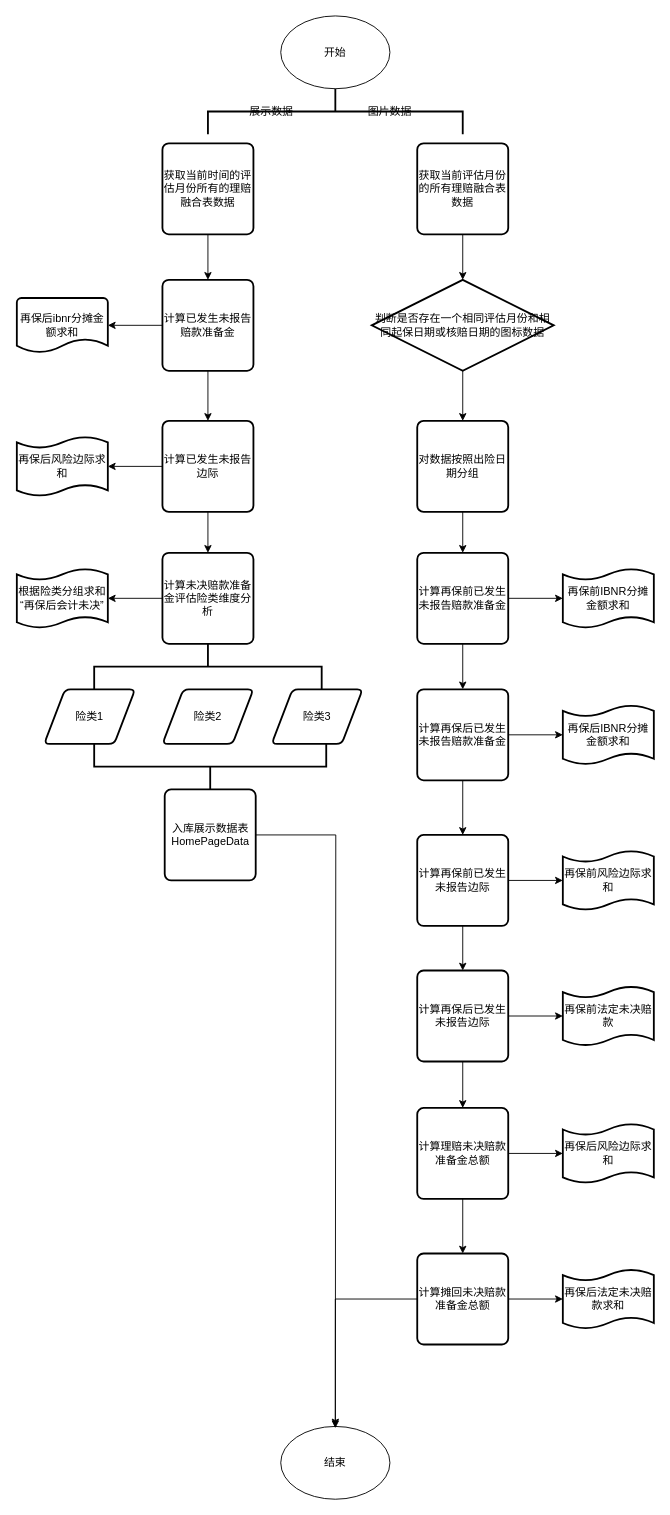
Before: 未命名绘图.drawio in zp17762835004/e-commerce, a draw.io diagram. Source tidied: cells renumbered, new cells numbered last; positions are measured from the earlier drawing's top-left corner, leaving out a move shared by most shapes. Both pictures are drawn from the tidied source at 91%, with x=0, y=0 at pixel (16, 15).
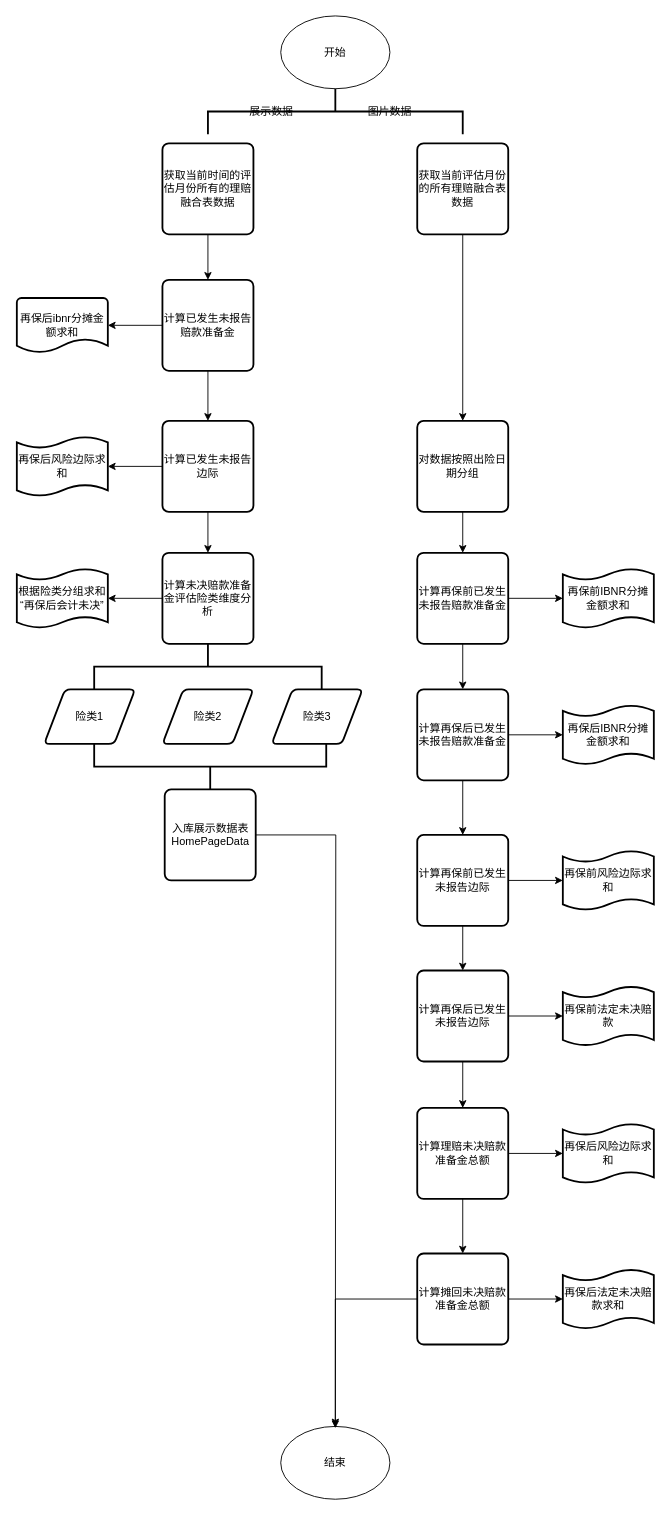
After the change.

Commit message:
更新未命名绘图.drawio

The change refers to these unchanged cells:
```xml
<mxCell id="18" value="获取当前评估月份的所有理赔融合表数据" style="rounded=1;whiteSpace=wrap;html=1;absoluteArcSize=1;arcSize=14;strokeWidth=2;" parent="1" vertex="1">
  <mxGeometry x="440" y="140" width="100" height="100" as="geometry" />
</mxCell>
<mxCell id="25" value="对数据按照出险日期分组" style="rounded=1;whiteSpace=wrap;html=1;absoluteArcSize=1;arcSize=14;strokeWidth=2;" parent="1" vertex="1">
  <mxGeometry x="440" y="445" width="100" height="100" as="geometry" />
</mxCell>
```

What changed in the source:
```diff
@@
-    <mxCell id="17" style="edgeStyle=orthogonalEdgeStyle;rounded=0;jettySize=auto;html=1;" parent="1" edge="1" source="18" target="21">
-      <mxGeometry relative="1" as="geometry" />
-    </mxCell>
+    <mxCell id="57" style="edgeStyle=orthogonalEdgeStyle;rounded=0;jettySize=auto;html=1;" parent="1" edge="1" source="18" target="25">
+      <mxGeometry relative="1" as="geometry" />
+    </mxCell>
@@
-    <mxCell id="20" style="edgeStyle=orthogonalEdgeStyle;rounded=0;jettySize=auto;html=1;" parent="1" edge="1" source="21" target="25">
-      <mxGeometry relative="1" as="geometry" />
-    </mxCell>
-    <mxCell id="21" value="判断是否存在一个相同评估月份和相同起保日期或核赔日期的图标数据" style="strokeWidth=2;html=1;shape=mxgraph.flowchart.decision;whiteSpace=wrap;" parent="1" vertex="1">
-      <mxGeometry x="390" y="290" width="200" height="100" as="geometry" />
-    </mxCell>
```
